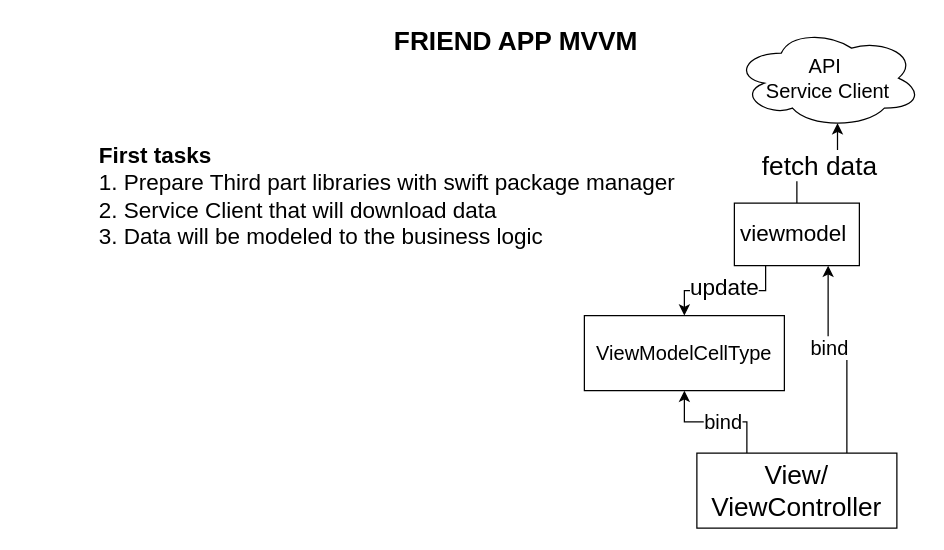
Above: Sketch/FRIEND-APP-MVVM.drawio in viktorHbenitez/FRIEND-MVVM-APP (draw.io), before the change. Source tidied: cells renumbered, new cells numbered last; positions are measured from the earlier drawing's top-left corner, leaving out a move shared by most shapes. Both pictures are drawn from the tidied source at 125%, with x=0, y=0 at pixel (96, 21).
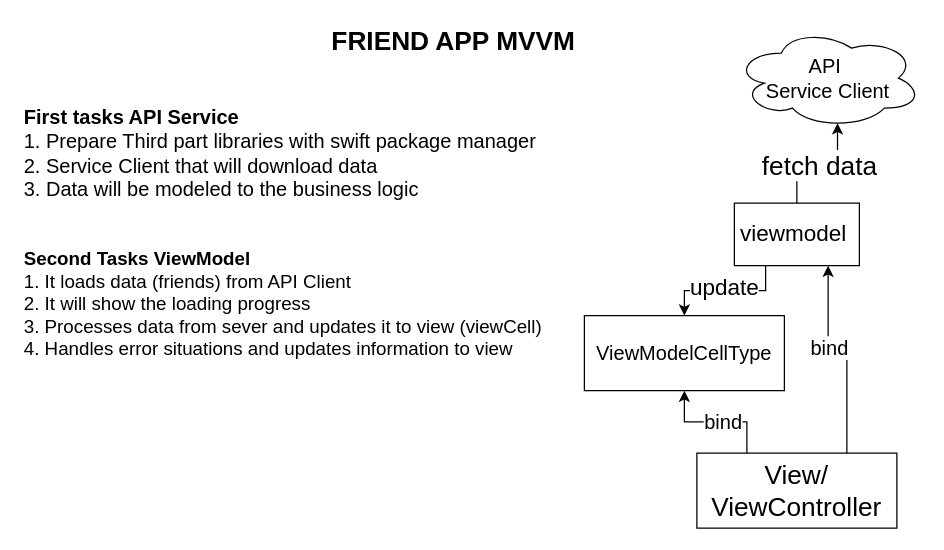
Above is the later version.

Diff of the diagram source:
```diff
@@
 <mxGraphModel>
   <root>
     <mxCell id="0" />
     <mxCell id="1" parent="0" />
     <mxCell id="2" value="FRIEND APP MVVM" style="text;html=1;align=center;verticalAlign=middle;fontSize=21;fontStyle=1;" parent="1" vertex="1">
-      <mxGeometry x="230" width="210" height="30" as="geometry" />
+      <mxGeometry x="180" width="210" height="30" as="geometry" />
     </mxCell>
-    <mxCell id="3" value="&lt;b style=&quot;font-size: 18px;&quot;&gt;First tasks&lt;br style=&quot;font-size: 18px;&quot;&gt;&lt;/b&gt;1. Prepare Third part libraries with swift package manager&lt;br style=&quot;font-size: 18px;&quot;&gt;2. Service Client that will download data&lt;br style=&quot;font-size: 18px;&quot;&gt;3. Data will be modeled to the business logic" style="text;html=1;align=left;verticalAlign=middle;fontSize=18;" parent="1" vertex="1">
-      <mxGeometry y="95" width="480" height="90" as="geometry" />
+    <mxCell id="3" value="&lt;b style=&quot;font-size: 16px;&quot;&gt;First tasks API Service&lt;br style=&quot;font-size: 16px;&quot;&gt;&lt;/b&gt;1. Prepare Third part libraries with swift package manager&lt;br style=&quot;font-size: 16px;&quot;&gt;2. Service Client that will download data&lt;br style=&quot;font-size: 16px;&quot;&gt;3. Data will be modeled to the business logic" style="text;html=1;align=left;verticalAlign=middle;fontSize=16;" parent="1" vertex="1">
+      <mxGeometry x="-60" y="65" width="430" height="80" as="geometry" />
     </mxCell>
     <mxCell id="4" value="API&amp;nbsp;&lt;br style=&quot;font-size: 16px;&quot;&gt;Service Client" style="ellipse;shape=cloud;whiteSpace=wrap;html=1;fontSize=16;align=center;" parent="1" vertex="1">
       <mxGeometry x="510" y="5" width="150" height="80" as="geometry" />
     </mxCell>
     <mxCell id="5" value="fetch data" style="edgeStyle=orthogonalEdgeStyle;rounded=0;jettySize=auto;html=1;entryX=0.55;entryY=0.95;entryDx=0;entryDy=0;entryPerimeter=0;fontSize=21;" parent="1" edge="1" source="8" target="4">
       <mxGeometry relative="1" as="geometry" />
     </mxCell>
     <mxCell id="6" style="edgeStyle=orthogonalEdgeStyle;rounded=0;jettySize=auto;html=1;exitX=0.25;exitY=1;exitDx=0;exitDy=0;entryX=0.5;entryY=0;entryDx=0;entryDy=0;fontSize=21;" parent="1" edge="1" source="8" target="14">
       <mxGeometry relative="1" as="geometry" />
     </mxCell>
     <mxCell id="7" value="update" style="edgeLabel;html=1;align=center;verticalAlign=middle;fontSize=18;" parent="6" vertex="1">
       <mxGeometry x="0.03" y="-3" relative="1" as="geometry" />
     </mxCell>
     <mxCell id="8" value="viewmodel&amp;nbsp;" style="whiteSpace=wrap;html=1;fontSize=18;align=center;" parent="1" vertex="1">
       <mxGeometry x="510" y="145" width="100" height="50" as="geometry" />
     </mxCell>
     <mxCell id="9" style="edgeStyle=orthogonalEdgeStyle;rounded=0;jettySize=auto;html=1;exitX=0.75;exitY=0;exitDx=0;exitDy=0;entryX=0.75;entryY=1;entryDx=0;entryDy=0;fontSize=21;" parent="1" edge="1" source="13" target="8">
       <mxGeometry relative="1" as="geometry" />
     </mxCell>
     <mxCell id="10" value="bind" style="edgeLabel;html=1;align=center;verticalAlign=middle;fontSize=16;" parent="9" vertex="1">
       <mxGeometry x="0.21" relative="1" as="geometry" />
     </mxCell>
     <mxCell id="11" style="edgeStyle=orthogonalEdgeStyle;rounded=0;jettySize=auto;html=1;exitX=0.25;exitY=0;exitDx=0;exitDy=0;entryX=0.5;entryY=1;entryDx=0;entryDy=0;fontSize=16;" parent="1" edge="1" source="13" target="14">
       <mxGeometry relative="1" as="geometry" />
     </mxCell>
     <mxCell id="12" value="bind" style="edgeLabel;html=1;align=center;verticalAlign=middle;fontSize=16;" parent="11" vertex="1">
       <mxGeometry x="-0.1" y="-1" relative="1" as="geometry" />
     </mxCell>
     <mxCell id="13" value="View/ ViewController" style="whiteSpace=wrap;html=1;fontSize=21;align=center;" parent="1" vertex="1">
       <mxGeometry x="480" y="345" width="160" height="60" as="geometry" />
     </mxCell>
     <mxCell id="14" value="ViewModelCellType" style="whiteSpace=wrap;html=1;fontSize=16;align=center;" parent="1" vertex="1">
       <mxGeometry x="390" y="235" width="160" height="60" as="geometry" />
     </mxCell>
+    <mxCell id="15" value="&lt;b style=&quot;font-size: 15px&quot;&gt;Second Tasks ViewModel&lt;/b&gt;&lt;br style=&quot;font-size: 15px&quot;&gt;1. It loads data (friends) from API Client&lt;br style=&quot;font-size: 15px&quot;&gt;2. It will show the loading progress&lt;br style=&quot;font-size: 15px&quot;&gt;3. Processes data from sever and updates it to view (viewCell)&lt;br style=&quot;font-size: 15px&quot;&gt;4. Handles error situations and updates information to view&amp;nbsp;" style="text;html=1;align=left;verticalAlign=middle;fontSize=15;" parent="1" vertex="1">
+      <mxGeometry x="-60" y="175" width="430" height="100" as="geometry" />
+    </mxCell>
   </root>
 </mxGraphModel>
```
